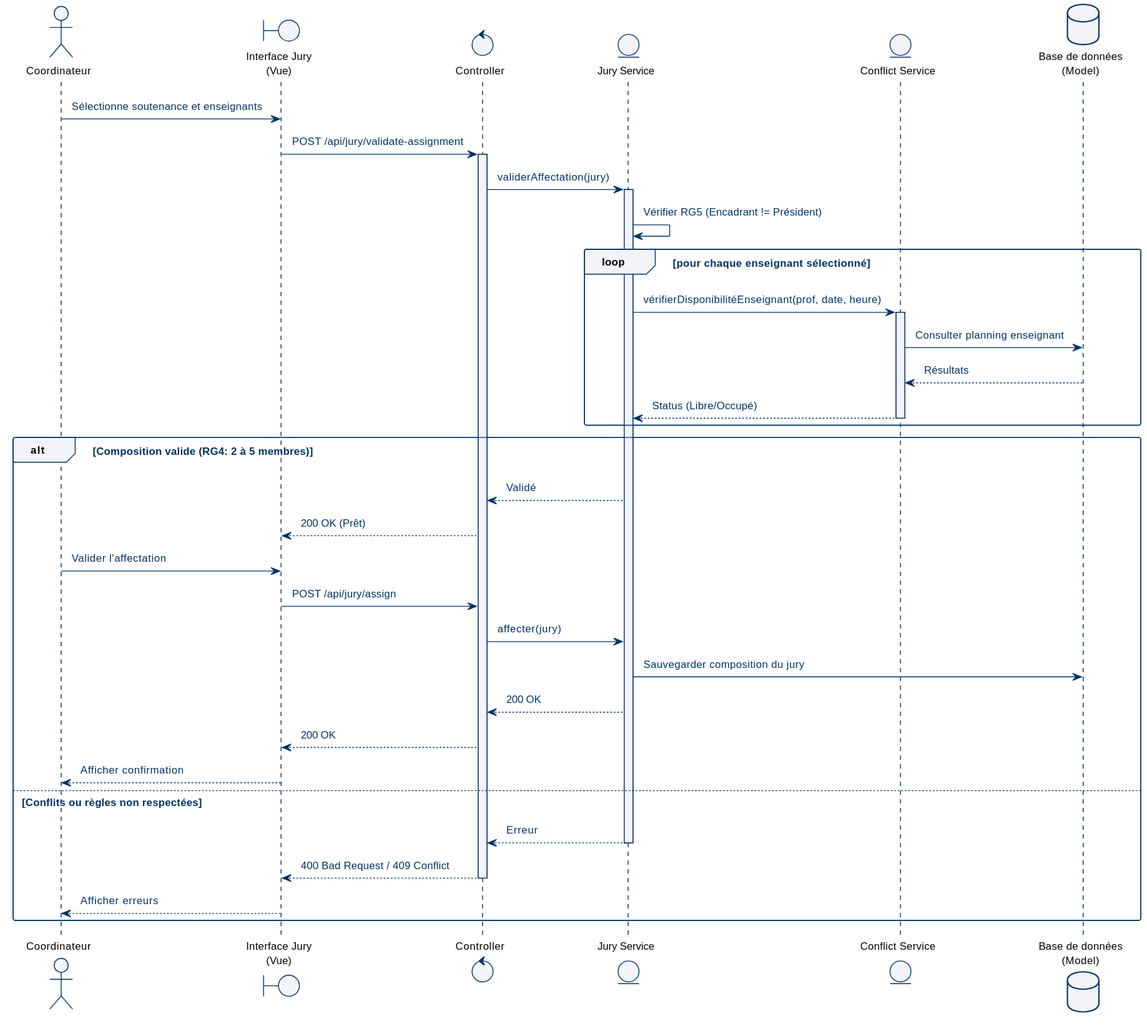
abdelaziz-ebourki/system-gestion-soutenance keeps this PlantUML diagram as docs/diagrams/svg/seq_jury_assignment.svg. Above is the earlier version. The source it was exported from:
```plantuml
@startuml
!theme pfe from .

actor "Coordinateur" as Coord
boundary "Interface Jury\n(Vue)" as Front
control "Controller" as Controller
entity "Jury Service" as Service
entity "Conflict Service" as Conflict
database "Base de données\n(Model)" as DB

Coord -> Front : Sélectionne soutenance et enseignants
Front -> Controller : POST /api/jury/validate-assignment
activate Controller

Controller -> Service : validerAffectation(jury)
activate Service

Service -> Service : Vérifier RG5 (Encadrant != Président)

loop pour chaque enseignant sélectionné
    Service -> Conflict : vérifierDisponibilitéEnseignant(prof, date, heure)
    activate Conflict
    Conflict -> DB : Consulter planning enseignant
    DB --> Conflict : Résultats
    Conflict --> Service : Status (Libre/Occupé)
    deactivate Conflict
end

alt Composition valide (RG4: 2 à 5 membres)
    Service --> Controller : Validé
    Controller --> Front : 200 OK (Prêt)
    Coord -> Front : Valider l'affectation
    Front -> Controller : POST /api/jury/assign
    Controller -> Service : affecter(jury)
    Service -> DB : Sauvegarder composition du jury
    Service --> Controller : 200 OK
    Controller --> Front : 200 OK
    Front --> Coord : Afficher confirmation
else Conflits ou règles non respectées
    Service --> Controller : Erreur
    deactivate Service
    Controller --> Front : 400 Bad Request / 409 Conflict
    deactivate Controller
    Front --> Coord : Afficher erreurs
end
@enduml
```
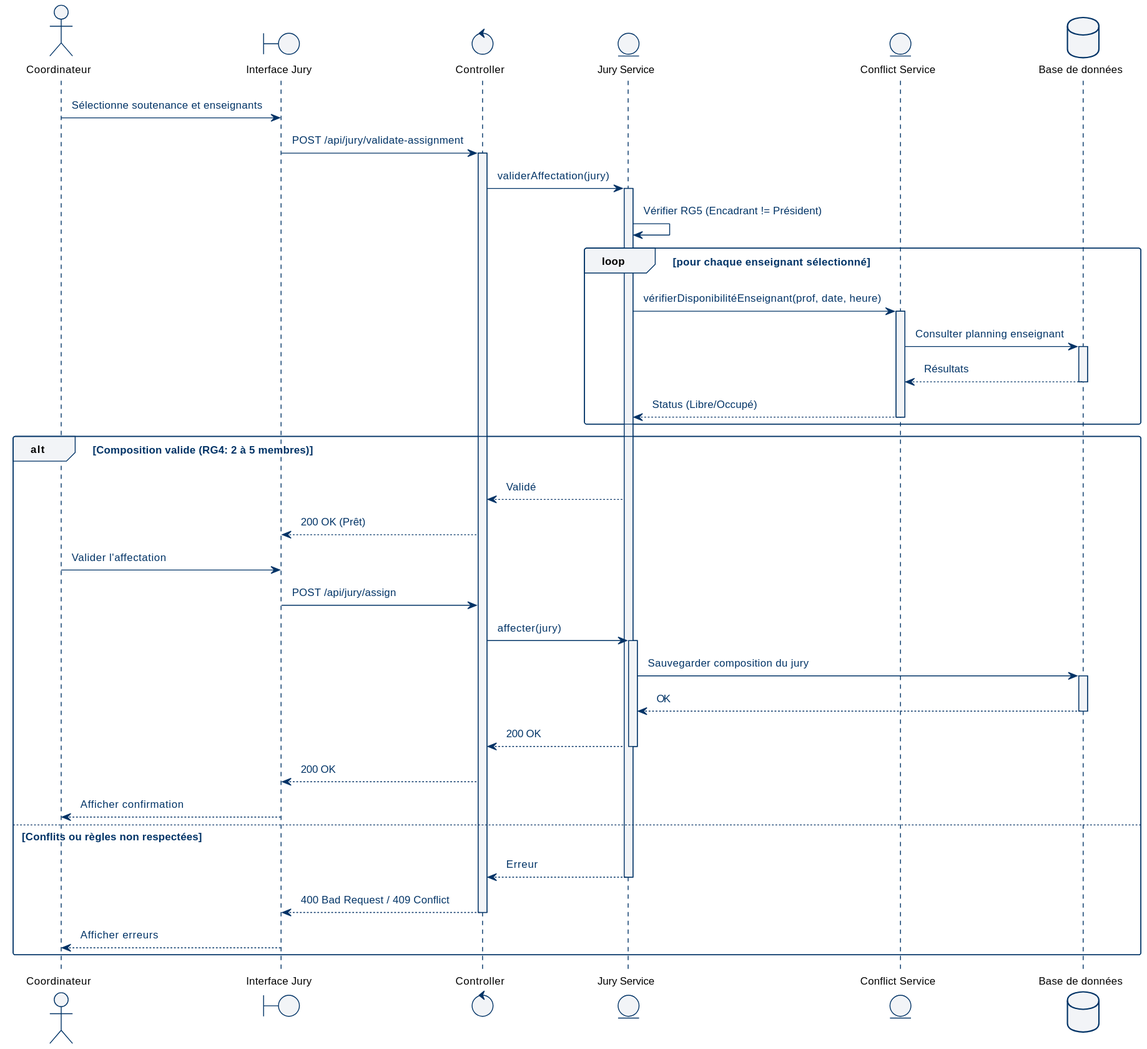
The same file after the commit.

The edit, as a diff of the source:
```diff
@@ -2,11 +2,11 @@
 !theme pfe from .
 
 actor "Coordinateur" as Coord
-boundary "Interface Jury\n(Vue)" as Front
+boundary "Interface Jury" as Front
 control "Controller" as Controller
 entity "Jury Service" as Service
 entity "Conflict Service" as Conflict
-database "Base de données\n(Model)" as DB
+database "Base de données" as DB
 
 Coord -> Front : Sélectionne soutenance et enseignants
 Front -> Controller : POST /api/jury/validate-assignment
@@ -21,7 +21,9 @@
     Service -> Conflict : vérifierDisponibilitéEnseignant(prof, date, heure)
     activate Conflict
     Conflict -> DB : Consulter planning enseignant
+    activate DB
     DB --> Conflict : Résultats
+    deactivate DB
     Conflict --> Service : Status (Libre/Occupé)
     deactivate Conflict
 end
@@ -32,8 +34,13 @@
     Coord -> Front : Valider l'affectation
     Front -> Controller : POST /api/jury/assign
     Controller -> Service : affecter(jury)
+    activate Service
     Service -> DB : Sauvegarder composition du jury
+    activate DB
+    DB --> Service : OK
+    deactivate DB
     Service --> Controller : 200 OK
+    deactivate Service
     Controller --> Front : 200 OK
     Front --> Coord : Afficher confirmation
 else Conflits ou règles non respectées
```
